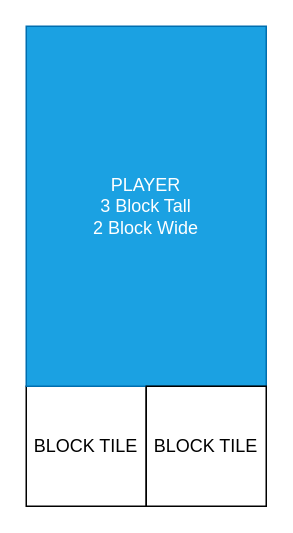
Before: BR_Player.drawio in relicright/Unity, a draw.io diagram. Source tidied: cells renumbered, new cells numbered last; positions are measured from the earlier drawing's top-left corner, leaving out a move shared by most shapes. Both pictures are drawn from the tidied source at 150%, with x=0, y=0 at pixel (26, 26).
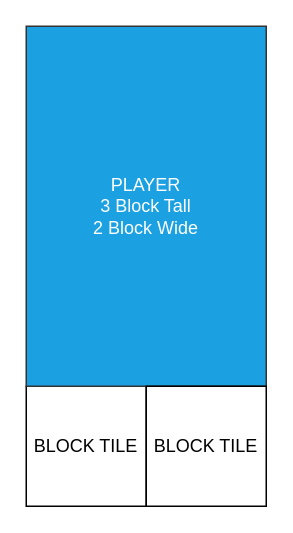
Above is the later version.

The edit, as a diff of the source:
```diff
@@
 <mxGraphModel>
   <root>
     <mxCell id="0" />
     <mxCell id="1" parent="0" />
     <mxCell id="2" value="BLOCK TILE" style="whiteSpace=wrap;html=1;" parent="1" vertex="1">
       <mxGeometry y="240" width="80" height="80" as="geometry" />
     </mxCell>
-    <mxCell id="3" value="&lt;div&gt;PLAYER&lt;/div&gt;&lt;div&gt;3 Block Tall&lt;/div&gt;&lt;div&gt;2 Block Wide&lt;br&gt;&lt;/div&gt;" style="rounded=0;whiteSpace=wrap;html=1;fillColor=#1ba1e2;strokeColor=#006EAF;fontColor=#ffffff;" parent="1" vertex="1">
+    <mxCell id="3" value="&lt;div&gt;PLAYER&lt;/div&gt;&lt;div&gt;3 Block Tall&lt;/div&gt;&lt;div&gt;2 Block Wide&lt;br&gt;&lt;/div&gt;" style="rounded=0;whiteSpace=wrap;html=1;fillColor=#1ba1e2;strokeColor=#333333;fontColor=#ffffff;" parent="1" vertex="1">
       <mxGeometry width="160" height="240" as="geometry" />
     </mxCell>
     <mxCell id="4" value="BLOCK TILE" style="whiteSpace=wrap;html=1;" parent="1" vertex="1">
       <mxGeometry x="80" y="240" width="80" height="80" as="geometry" />
     </mxCell>
   </root>
 </mxGraphModel>
```
